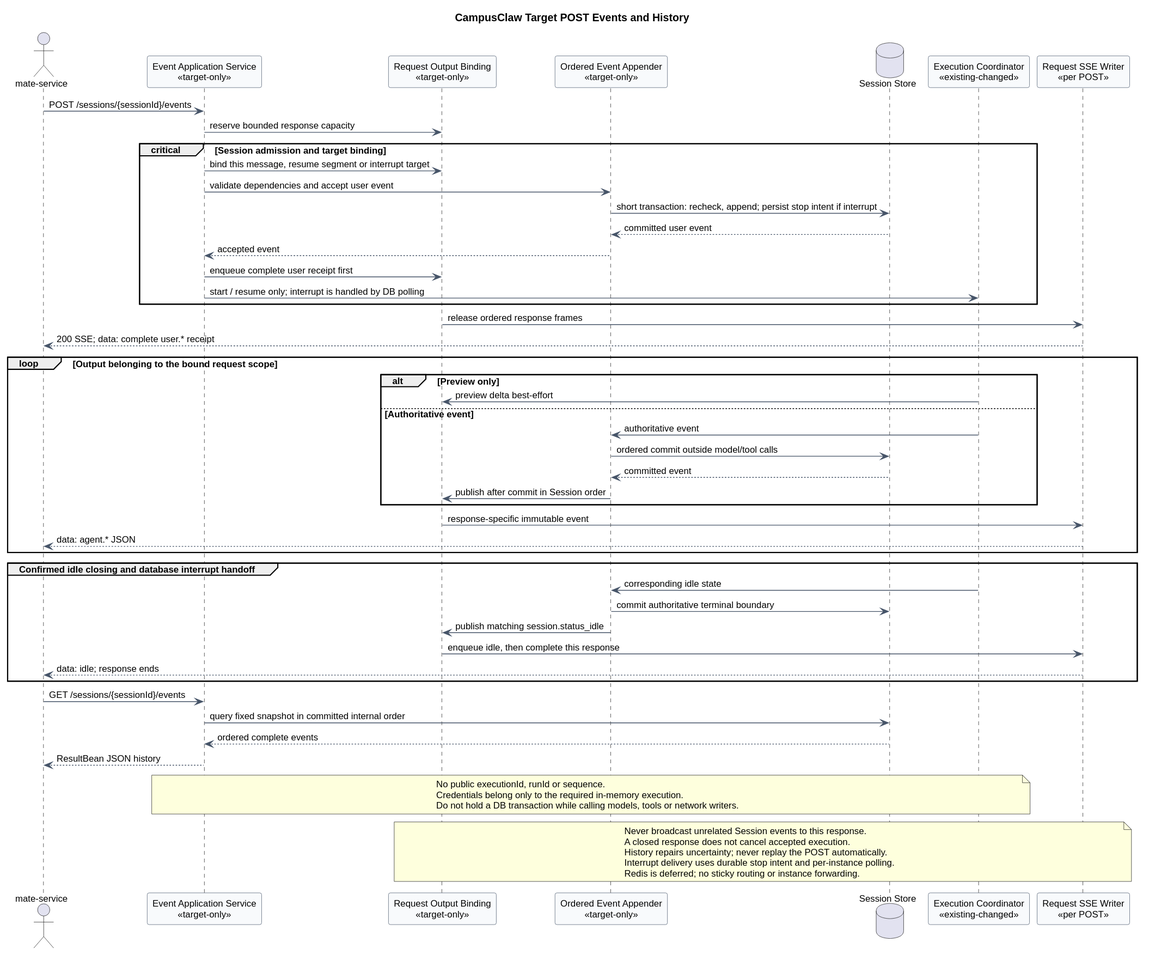
Before: 01-总体架构/01-CampusClaw多Agent运行时/设计图/事件接口重设计/target_session_events_resource_model.svg, a diagram exported from PlantUML (ssm0808/pi-mono-java-design).
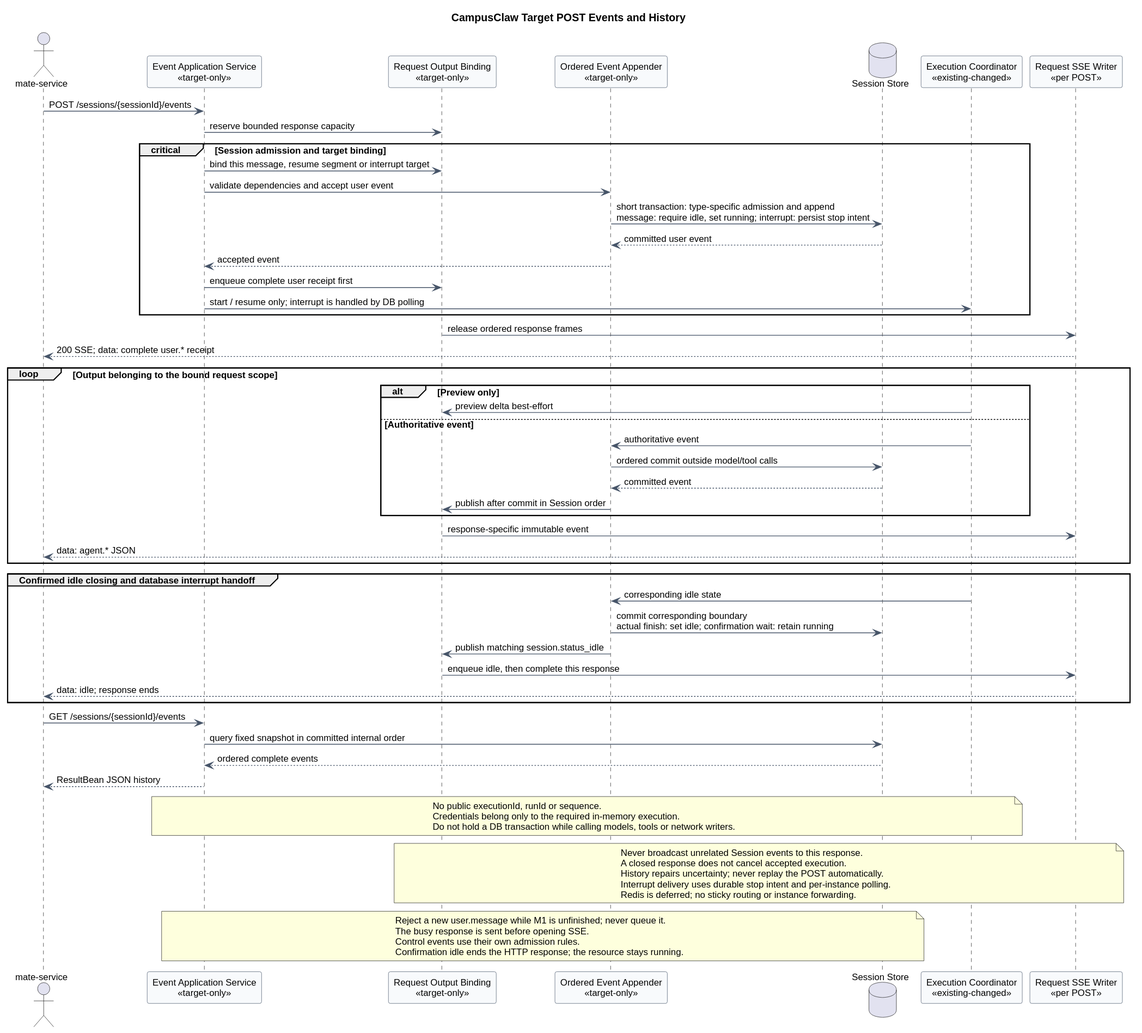
Later version of the same file.

The edit, as a diff of the source:
```diff
@@ -22,7 +22,7 @@
 critical Session admission and target binding
   API -> Binding : bind this message, resume segment or interrupt target
   API -> Append : validate dependencies and accept user event
-  Append -> Store : short transaction: recheck, append; persist stop intent if interrupt
+  Append -> Store : short transaction: type-specific admission and append\nmessage: require idle, set running; interrupt: persist stop intent
   Store --> Append : committed user event
   Append --> API : accepted event
   API -> Binding : enqueue complete user receipt first
@@ -45,7 +45,7 @@
 end
 group Confirmed idle closing and database interrupt handoff
   Execution -> Append : corresponding idle state
-  Append -> Store : commit authoritative terminal boundary
+  Append -> Store : commit corresponding boundary\nactual finish: set idle; confirmation wait: retain running
   Append -> Binding : publish matching session.status_idle
   Binding -> Writer : enqueue idle, then complete this response
   Writer --> Mate : data: idle; response ends
@@ -67,4 +67,10 @@
 Interrupt delivery uses durable stop intent and per-instance polling.
 Redis is deferred; no sticky routing or instance forwarding.
 end note
+note over API,Store
+Reject a new user.message while M1 is unfinished; never queue it.
+The busy response is sent before opening SSE.
+Control events use their own admission rules.
+Confirmation idle ends the HTTP response; the resource stays running.
+end note
 @enduml
```
